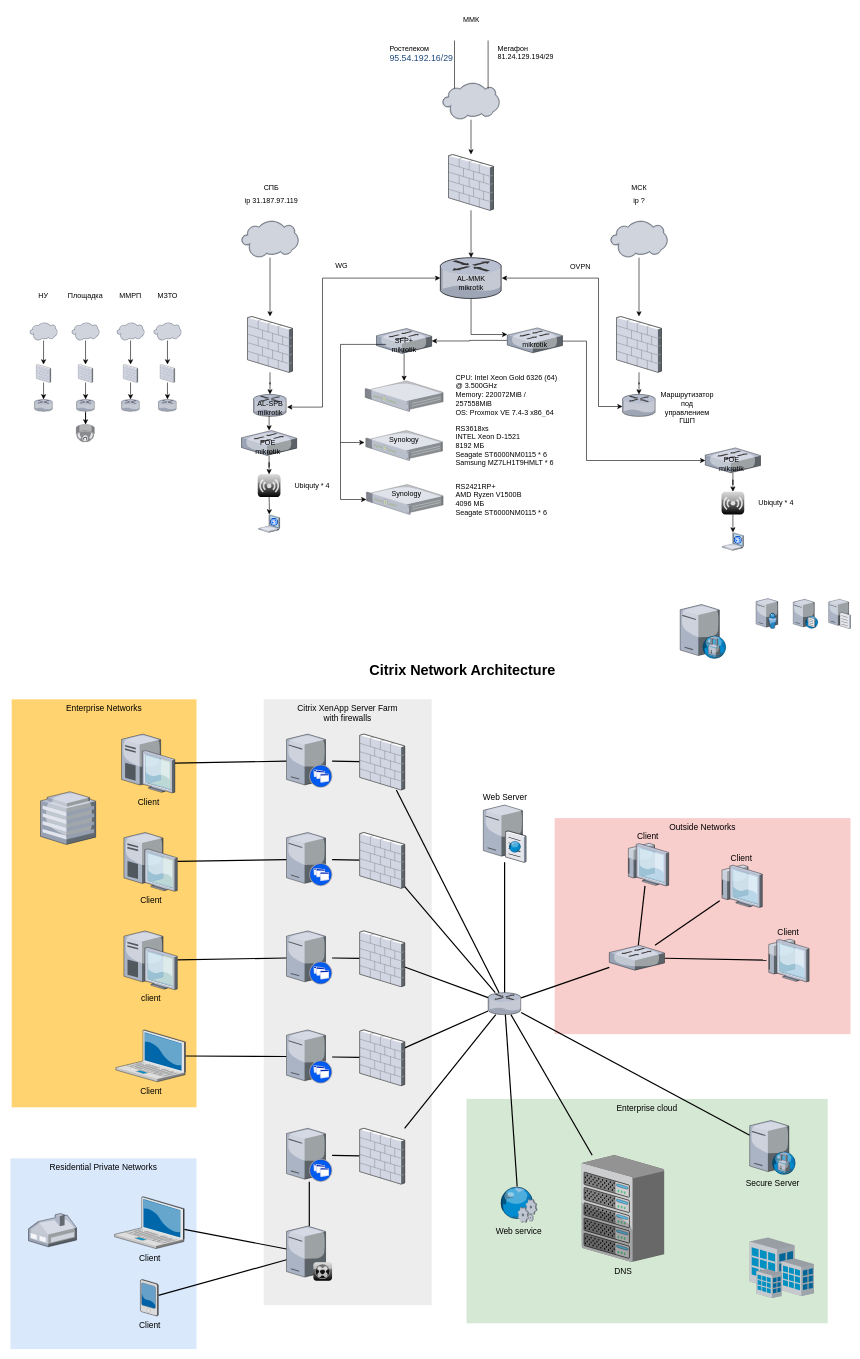
The draw.io diagram Диаграмма без названия.drawio in cmdrJaponamat/Stolyarovs_taskbook, before the edit. Source tidied: cells renumbered, new cells numbered last; positions are measured from the earlier drawing's top-left corner, leaving out a move shared by most shapes. Both pictures are drawn from the tidied source at 60%, with x=0, y=0 at pixel (10, 10).
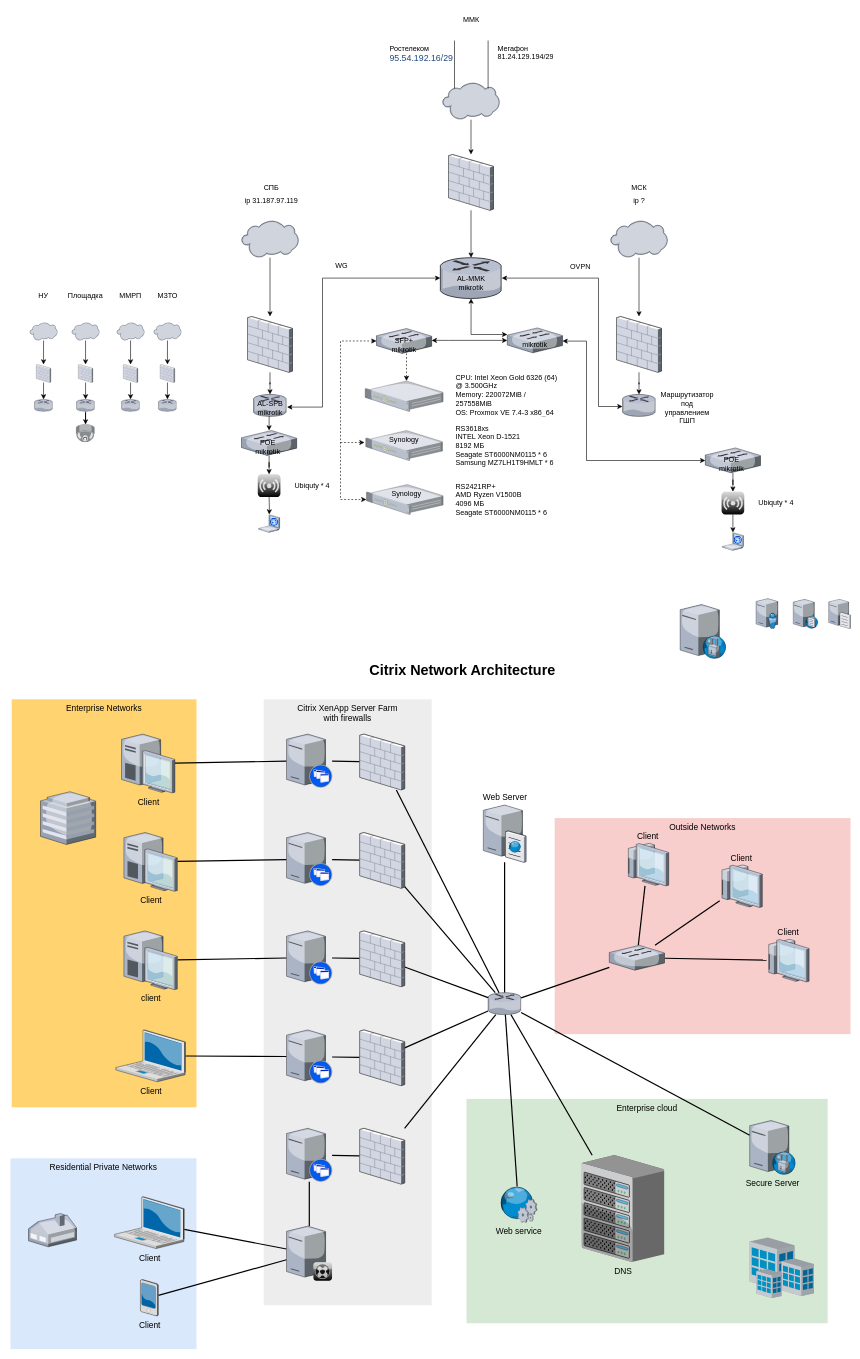
Above is the later version.

The change refers to these unchanged cells:
```xml
<mxCell id="65" style="verticalLabelPosition=bottom;html=1;verticalAlign=top;strokeColor=none;shape=mxgraph.citrix.router;fillColor=#66B2FF;gradientColor=#0066CC;fontSize=14;" parent="1" vertex="1">
  <mxGeometry x="716.3" y="412" width="102.5" height="68" as="geometry" />
</mxCell>
<mxCell id="102" style="verticalLabelPosition=bottom;sketch=0;html=1;verticalAlign=top;strokeColor=none;align=center;outlineConnect=0;shape=mxgraph.citrix.1u_2u_server;" parent="1" vertex="1">
  <mxGeometry x="591" y="617.4" width="130" height="50.8" as="geometry" />
</mxCell>
<mxCell id="121" style="verticalLabelPosition=bottom;sketch=0;html=1;verticalAlign=top;strokeColor=none;align=center;outlineConnect=0;shape=mxgraph.citrix.switch;" parent="1" vertex="1">
  <mxGeometry x="610" y="530" width="92" height="41.5" as="geometry" />
</mxCell>
<mxCell id="123" value="&lt;div&gt;SFP+&lt;/div&gt;&lt;div&gt;mikrotik&lt;/div&gt;" style="text;html=1;align=center;verticalAlign=middle;whiteSpace=wrap;rounded=0;" parent="1" vertex="1">
  <mxGeometry x="626" y="541.5" width="60" height="30" as="geometry" />
</mxCell>
<mxCell id="126" style="verticalLabelPosition=bottom;sketch=0;html=1;verticalAlign=top;strokeColor=none;align=center;outlineConnect=0;shape=mxgraph.citrix.1u_2u_server;" parent="1" vertex="1">
  <mxGeometry x="593.1" y="790" width="127.9" height="50" as="geometry" />
</mxCell>
<mxCell id="138" style="verticalLabelPosition=bottom;sketch=0;html=1;verticalAlign=top;strokeColor=none;align=center;outlineConnect=0;shape=mxgraph.citrix.switch;" parent="1" vertex="1">
  <mxGeometry x="828" y="529" width="92" height="41.5" as="geometry" />
</mxCell>
<mxCell id="139" style="verticalLabelPosition=bottom;sketch=0;html=1;verticalAlign=top;strokeColor=none;align=center;outlineConnect=0;shape=mxgraph.citrix.switch;" parent="1" vertex="1">
  <mxGeometry x="1158" y="729" width="92" height="41.5" as="geometry" />
</mxCell>
```

What changed in the source:
```diff
@@
-    <mxCell id="64" style="edgeStyle=orthogonalEdgeStyle;rounded=0;jettySize=auto;html=1;" parent="1" edge="1" source="65" target="138">
+    <mxCell id="64" style="edgeStyle=orthogonalEdgeStyle;rounded=0;jettySize=auto;html=1;startArrow=classic;startFill=1;" parent="1" edge="1" source="65" target="138">
       <mxGeometry relative="1" as="geometry">
         <Array as="points">
           <mxPoint x="768" y="540" />
         </Array>
       </mxGeometry>
     </mxCell>
@@
-    <mxCell id="120" style="edgeStyle=orthogonalEdgeStyle;rounded=0;jettySize=auto;html=1;" parent="1" edge="1" source="121" target="102">
-      <mxGeometry relative="1" as="geometry" />
+    <mxCell id="120" style="edgeStyle=orthogonalEdgeStyle;rounded=0;jettySize=auto;html=1;dashed=1;" parent="1" edge="1" source="121" target="102">
+      <mxGeometry relative="1" as="geometry">
+        <Array as="points">
+          <mxPoint x="660" y="600" />
+          <mxPoint x="660" y="600" />
+        </Array>
+      </mxGeometry>
     </mxCell>
@@
-    <mxCell id="122" style="edgeStyle=orthogonalEdgeStyle;rounded=0;jettySize=auto;html=1;" parent="1" edge="1" source="123" target="126">
+    <mxCell id="122" style="edgeStyle=orthogonalEdgeStyle;rounded=0;jettySize=auto;html=1;startArrow=classic;startFill=1;dashed=1;" parent="1" edge="1" source="121" target="126">
       <mxGeometry relative="1" as="geometry">
         <Array as="points">
-          <mxPoint x="550" y="557" />
+          <mxPoint x="550" y="551" />
           <mxPoint x="550" y="815" />
         </Array>
       </mxGeometry>
     </mxCell>
@@
-    <mxCell id="128" style="endArrow=classic;html=1;rounded=0;" parent="1" edge="1">
+    <mxCell id="128" style="endArrow=classic;html=1;rounded=0;dashed=1;" parent="1" edge="1">
       <mxGeometry relative="1" as="geometry">
         <mxPoint x="550" y="720" as="sourcePoint" />
         <mxPoint x="590" y="720" as="targetPoint" />
       </mxGeometry>
     </mxCell>
@@
-    <mxCell id="136" style="edgeStyle=orthogonalEdgeStyle;rounded=0;jettySize=auto;html=1;" parent="1" edge="1" source="138" target="139">
+    <mxCell id="136" style="edgeStyle=orthogonalEdgeStyle;rounded=0;jettySize=auto;html=1;startArrow=classic;startFill=1;" parent="1" edge="1" source="138" target="139">
       <mxGeometry relative="1" as="geometry">
         <Array as="points">
           <mxPoint x="960" y="551" />
           <mxPoint x="960" y="750" />
         </Array>
       </mxGeometry>
     </mxCell>
-    <mxCell id="137" style="edgeStyle=orthogonalEdgeStyle;rounded=0;jettySize=auto;html=1;" parent="1" edge="1" source="138" target="121">
-      <mxGeometry relative="1" as="geometry" />
+    <mxCell id="137" style="edgeStyle=orthogonalEdgeStyle;rounded=0;jettySize=auto;html=1;startArrow=classic;startFill=1;" parent="1" edge="1" source="138" target="121">
+      <mxGeometry relative="1" as="geometry">
+        <Array as="points">
+          <mxPoint x="730" y="550" />
+          <mxPoint x="730" y="550" />
+        </Array>
+      </mxGeometry>
     </mxCell>
```
